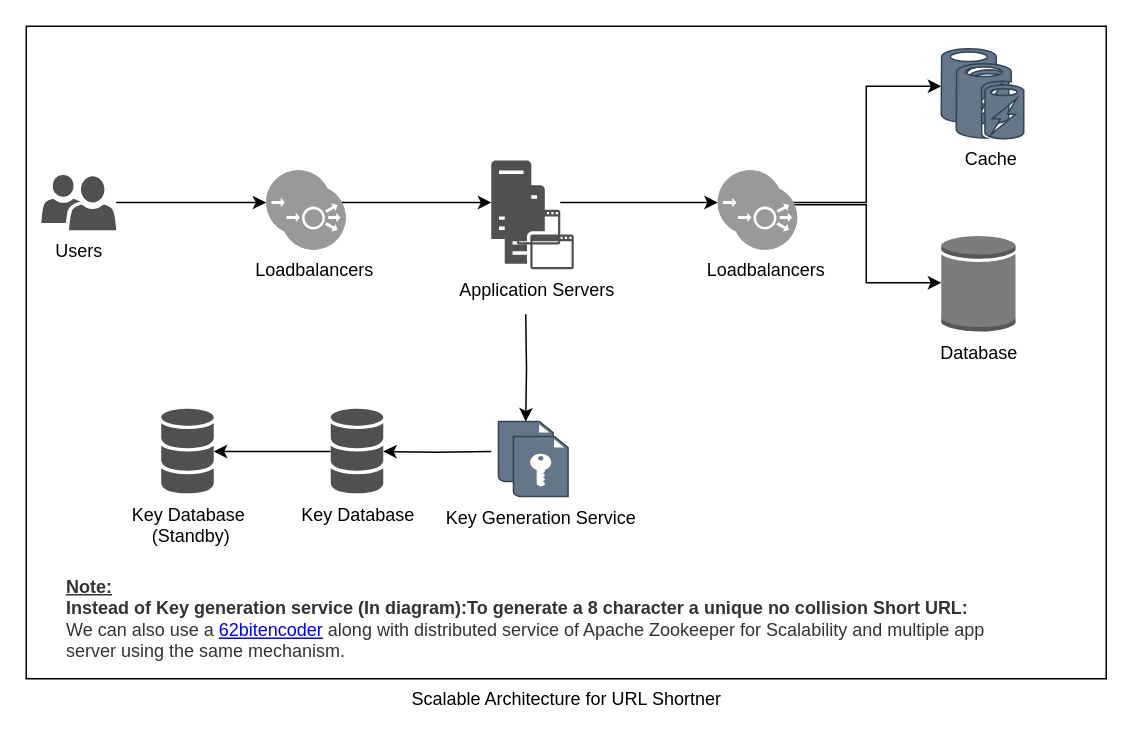
AmitVerma-Learn/URLShortner keeps this draw.io diagram as URLShortner.drawio. Above is the earlier version. Source tidied: cells renumbered, new cells numbered last; positions are measured from the earlier drawing's top-left corner, leaving out a move shared by most shapes. Both pictures are drawn from the tidied source at 150%, with x=0, y=0 at pixel (26, 26). Pictures stored in the file or linked from it are replaced by grey dashed boxes.
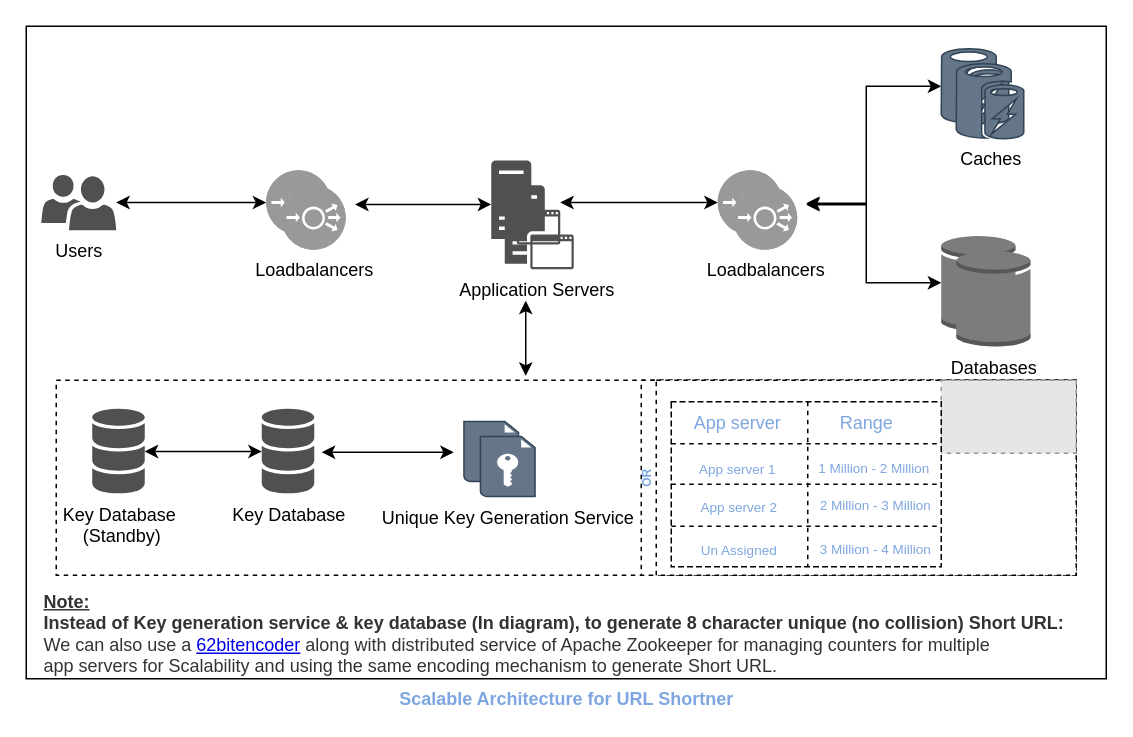
After the change.

Unchanged cells that the change refers to:
```xml
<mxCell id="5" value="Users" style="sketch=0;shadow=0;dashed=0;html=1;strokeColor=none;labelPosition=center;verticalLabelPosition=bottom;verticalAlign=top;align=center;fillColor=#505050;shape=mxgraph.mscae.intune.user_group;" parent="1" vertex="1">
  <mxGeometry x="10" y="99" width="50" height="37" as="geometry" />
</mxCell>
<mxCell id="7" style="fillColor=#999999;verticalLabelPosition=bottom;sketch=0;html=1;strokeColor=#ffffff;verticalAlign=top;align=center;points=[[0.145,0.145,0],[0.5,0,0],[0.855,0.145,0],[1,0.5,0],[0.855,0.855,0],[0.5,1,0],[0.145,0.855,0],[0,0.5,0]];shape=mxgraph.cisco_safe.compositeIcon;bgIcon=ellipse;resIcon=mxgraph.cisco_safe.capability.load_balancer;" parent="1" vertex="1">
  <mxGeometry x="160" y="96" width="43" height="43" as="geometry" />
</mxCell>
<mxCell id="8" value="Loadbalancers" style="fillColor=#999999;verticalLabelPosition=bottom;sketch=0;html=1;strokeColor=#ffffff;verticalAlign=top;align=center;points=[[0.145,0.145,0],[0.5,0,0],[0.855,0.145,0],[1,0.5,0],[0.855,0.855,0],[0.5,1,0],[0.145,0.855,0],[0,0.5,0]];shape=mxgraph.cisco_safe.compositeIcon;bgIcon=ellipse;resIcon=mxgraph.cisco_safe.capability.load_balancer;" parent="1" vertex="1">
  <mxGeometry x="170" y="106" width="43" height="43" as="geometry" />
</mxCell>
<mxCell id="11" style="sketch=0;shadow=0;dashed=0;html=1;strokeColor=none;fillColor=#505050;labelPosition=center;verticalLabelPosition=bottom;verticalAlign=top;outlineConnect=0;align=center;shape=mxgraph.office.servers.application_server;" parent="1" vertex="1">
  <mxGeometry x="310" y="89.5" width="46" height="56" as="geometry" />
</mxCell>
<mxCell id="19" style="fillColor=#999999;verticalLabelPosition=bottom;sketch=0;html=1;strokeColor=#ffffff;verticalAlign=top;align=center;points=[[0.145,0.145,0],[0.5,0,0],[0.855,0.145,0],[1,0.5,0],[0.855,0.855,0],[0.5,1,0],[0.145,0.855,0],[0,0.5,0]];shape=mxgraph.cisco_safe.compositeIcon;bgIcon=ellipse;resIcon=mxgraph.cisco_safe.capability.load_balancer;" parent="1" vertex="1">
  <mxGeometry x="461" y="96" width="43" height="43" as="geometry" />
</mxCell>
<mxCell id="22" style="verticalLabelPosition=bottom;html=1;verticalAlign=top;align=center;strokeColor=#314354;fillColor=#647687;shape=mxgraph.azure.azure_cache;fontColor=#ffffff;" parent="1" vertex="1">
  <mxGeometry x="610" y="15" width="45" height="50" as="geometry" />
</mxCell>
```

What changed in the source:
```diff
@@
-    <mxCell id="2" value="Scalable Architecture for URL Shortner" style="verticalLabelPosition=bottom;verticalAlign=top;html=1;shape=mxgraph.basic.rect;fillColor2=none;strokeWidth=1;size=20;indent=5;fillColor=#FFFFFF;" parent="1" vertex="1">
+    <mxCell id="2" value="&lt;b&gt;&lt;font color=&quot;#7ea6e0&quot;&gt;Scalable Architecture for URL Shortner&lt;/font&gt;&lt;/b&gt;" style="verticalLabelPosition=bottom;verticalAlign=top;html=1;shape=mxgraph.basic.rect;fillColor2=none;strokeWidth=1;size=20;indent=5;fillColor=#FFFFFF;" parent="1" vertex="1">
       <mxGeometry width="720" height="435" as="geometry" />
     </mxCell>
+    <mxCell id="26" style="rounded=0;whiteSpace=wrap;html=1;fontColor=#7EA6E0;dashed=1;" parent="1" vertex="1">
+      <mxGeometry x="20" y="236" width="680" height="130" as="geometry" />
+    </mxCell>
+    <mxCell id="27" style="rounded=0;whiteSpace=wrap;html=1;fontColor=#7EA6E0;dashed=1;shadow=0;" parent="1" vertex="1">
+      <mxGeometry x="410" y="236" width="290" height="130" as="geometry" />
+    </mxCell>
+    <mxCell id="28" style="rounded=0;whiteSpace=wrap;html=1;fontColor=#7EA6E0;dashed=1;shadow=0;" parent="1" vertex="1">
+      <mxGeometry x="420" y="236" width="280" height="130" as="geometry" />
+    </mxCell>
-    <mxCell id="3" style="edgeStyle=orthogonalEdgeStyle;rounded=0;jettySize=auto;html=1;fontColor=#000000;" parent="1" edge="1" target="15">
+    <mxCell id="3" style="edgeStyle=orthogonalEdgeStyle;rounded=0;orthogonalLoop=1;jettySize=auto;html=1;fontColor=#000000;startArrow=classic;startFill=1;" parent="1" edge="1">
       <mxGeometry relative="1" as="geometry">
-        <mxPoint x="310" y="283.5" as="sourcePoint" />
+        <mxPoint x="285" y="284" as="sourcePoint" />
+        <mxPoint x="197" y="284" as="targetPoint" />
+        <Array as="points">
+          <mxPoint x="245" y="284" />
+          <mxPoint x="245" y="284" />
+        </Array>
       </mxGeometry>
     </mxCell>
-    <mxCell id="4" style="edgeStyle=orthogonalEdgeStyle;rounded=0;jettySize=auto;html=1;entryX=0;entryY=0.5;entryDx=0;entryDy=0;entryPerimeter=0;" parent="1" edge="1" source="5" target="7">
+    <mxCell id="4" style="edgeStyle=orthogonalEdgeStyle;rounded=0;jettySize=auto;html=1;entryX=0;entryY=0.5;entryDx=0;entryDy=0;entryPerimeter=0;endArrow=classic;endFill=1;startArrow=classic;startFill=1;" parent="1" edge="1" source="5" target="7">
       <mxGeometry relative="1" as="geometry" />
     </mxCell>
@@
-    <mxCell id="6" style="edgeStyle=orthogonalEdgeStyle;rounded=0;jettySize=auto;html=1;" parent="1" edge="1" source="7" target="11">
-      <mxGeometry relative="1" as="geometry" />
+    <mxCell id="6" style="edgeStyle=orthogonalEdgeStyle;rounded=0;jettySize=auto;html=1;exitX=1.145;exitY=0.298;exitDx=0;exitDy=0;exitPerimeter=0;startArrow=classic;startFill=1;" parent="1" edge="1" source="8" target="11">
+      <mxGeometry relative="1" as="geometry">
+        <Array as="points">
+          <mxPoint x="250" y="118" />
+          <mxPoint x="250" y="118" />
+        </Array>
+      </mxGeometry>
     </mxCell>
@@
-    <mxCell id="9" style="edgeStyle=orthogonalEdgeStyle;rounded=0;jettySize=auto;html=1;fontColor=#000000;" parent="1" edge="1" target="13">
+    <mxCell id="9" style="edgeStyle=orthogonalEdgeStyle;rounded=0;orthogonalLoop=1;jettySize=auto;html=1;fontColor=#000000;startArrow=classic;startFill=1;" parent="1" edge="1">
       <mxGeometry relative="1" as="geometry">
-        <mxPoint x="333" y="192" as="sourcePoint" />
+        <mxPoint x="333" y="183" as="sourcePoint" />
+        <mxPoint x="333" y="233" as="targetPoint" />
+        <Array as="points">
+          <mxPoint x="333" y="183" />
+          <mxPoint x="333" y="183" />
+        </Array>
       </mxGeometry>
     </mxCell>
-    <mxCell id="10" style="edgeStyle=orthogonalEdgeStyle;rounded=0;jettySize=auto;html=1;fontColor=#000000;entryX=0;entryY=0.5;entryDx=0;entryDy=0;entryPerimeter=0;" parent="1" edge="1" source="11" target="19">
+    <mxCell id="10" style="edgeStyle=orthogonalEdgeStyle;rounded=0;jettySize=auto;html=1;fontColor=#000000;entryX=0;entryY=0.5;entryDx=0;entryDy=0;entryPerimeter=0;startArrow=classic;startFill=1;" parent="1" edge="1" source="11" target="19">
       <mxGeometry relative="1" as="geometry" />
     </mxCell>
@@
     <mxCell id="13" style="shadow=0;dashed=0;html=1;strokeColor=#314354;fillColor=#647687;labelPosition=center;verticalLabelPosition=bottom;verticalAlign=top;align=center;outlineConnect=0;shape=mxgraph.veeam.encryption_key;fontColor=#ffffff;" parent="1" vertex="1">
-      <mxGeometry x="314.8" y="263.5" width="36.4" height="40" as="geometry" />
+      <mxGeometry x="291.8" y="263.5" width="36.4" height="40" as="geometry" />
     </mxCell>
-    <mxCell id="14" style="edgeStyle=orthogonalEdgeStyle;rounded=0;jettySize=auto;html=1;fontColor=#000000;" parent="1" edge="1" source="15" target="16">
+    <mxCell id="14" style="edgeStyle=orthogonalEdgeStyle;rounded=0;jettySize=auto;html=1;fontColor=#000000;startArrow=classic;startFill=1;" parent="1" edge="1" source="15" target="16">
       <mxGeometry relative="1" as="geometry" />
     </mxCell>
     <mxCell id="15" value="Key Database" style="sketch=0;shadow=0;dashed=0;html=1;strokeColor=none;fillColor=#505050;labelPosition=center;verticalLabelPosition=bottom;verticalAlign=top;outlineConnect=0;align=center;shape=mxgraph.office.databases.database_mini_3;fontColor=#000000;" parent="1" vertex="1">
-      <mxGeometry x="203" y="255" width="35" height="57" as="geometry" />
+      <mxGeometry x="157" y="255" width="35" height="57" as="geometry" />
     </mxCell>
     <mxCell id="16" value="Key Database&lt;br&gt;&amp;nbsp;(Standby)" style="sketch=0;shadow=0;dashed=0;html=1;strokeColor=none;fillColor=#505050;labelPosition=center;verticalLabelPosition=bottom;verticalAlign=top;outlineConnect=0;align=center;shape=mxgraph.office.databases.database_mini_3;fontColor=#000000;" parent="1" vertex="1">
-      <mxGeometry x="90" y="255" width="35" height="57" as="geometry" />
+      <mxGeometry x="44" y="255" width="35" height="57" as="geometry" />
     </mxCell>
-    <mxCell id="17" value="&lt;font color=&quot;#000000&quot;&gt;Key Generation Service&lt;/font&gt;" style="shadow=0;dashed=0;html=1;strokeColor=#314354;fillColor=#647687;labelPosition=center;verticalLabelPosition=bottom;verticalAlign=top;align=center;shape=mxgraph.veeam.encryption_key;fontColor=#ffffff;" parent="1" vertex="1">
-      <mxGeometry x="324.8" y="273.5" width="36.4" height="40" as="geometry" />
+    <mxCell id="17" value="&lt;font color=&quot;#000000&quot;&gt;Unique Key Generation Service&lt;/font&gt;" style="shadow=0;dashed=0;html=1;strokeColor=#314354;fillColor=#647687;labelPosition=center;verticalLabelPosition=bottom;verticalAlign=top;align=center;shape=mxgraph.veeam.encryption_key;fontColor=#ffffff;" parent="1" vertex="1">
+      <mxGeometry x="302.8" y="273.5" width="36.4" height="40" as="geometry" />
     </mxCell>
-    <mxCell id="18" style="edgeStyle=orthogonalEdgeStyle;rounded=0;jettySize=auto;html=1;fontColor=#000000;entryX=0;entryY=0.5;entryDx=0;entryDy=0;entryPerimeter=0;" parent="1" edge="1" source="19" target="22">
+    <mxCell id="18" style="edgeStyle=orthogonalEdgeStyle;rounded=0;jettySize=auto;html=1;fontColor=#000000;entryX=0;entryY=0.5;entryDx=0;entryDy=0;entryPerimeter=0;startArrow=classic;startFill=1;" parent="1" edge="1" target="22">
       <mxGeometry relative="1" as="geometry">
+        <mxPoint x="520" y="118" as="sourcePoint" />
         <Array as="points">
+          <mxPoint x="530" y="118" />
           <mxPoint x="560" y="118" />
           <mxPoint x="560" y="40" />
         </Array>
       </mxGeometry>
     </mxCell>
@@
-    <mxCell id="20" style="edgeStyle=orthogonalEdgeStyle;rounded=0;jettySize=auto;html=1;fontColor=#000000;exitX=1;exitY=0.5;exitDx=0;exitDy=0;exitPerimeter=0;" parent="1" edge="1" source="19" target="24">
+    <mxCell id="20" style="edgeStyle=orthogonalEdgeStyle;rounded=0;jettySize=auto;html=1;fontColor=#000000;startArrow=classic;startFill=1;" parent="1" edge="1" target="24">
       <mxGeometry relative="1" as="geometry">
+        <mxPoint x="520" y="119" as="sourcePoint" />
         <Array as="points">
-          <mxPoint x="504" y="119" />
           <mxPoint x="560" y="119" />
           <mxPoint x="560" y="171" />
         </Array>
       </mxGeometry>
     </mxCell>
@@
-    <mxCell id="23" value="&lt;font color=&quot;#000000&quot;&gt;Cache&lt;/font&gt;" style="verticalLabelPosition=bottom;html=1;verticalAlign=top;align=center;strokeColor=#314354;fillColor=#647687;shape=mxgraph.azure.azure_cache;fontColor=#ffffff;" parent="1" vertex="1">
+    <mxCell id="23" value="&lt;font color=&quot;#000000&quot;&gt;Caches&lt;/font&gt;" style="verticalLabelPosition=bottom;html=1;verticalAlign=top;align=center;strokeColor=#314354;fillColor=#647687;shape=mxgraph.azure.azure_cache;fontColor=#ffffff;" parent="1" vertex="1">
       <mxGeometry x="620" y="25" width="45" height="50" as="geometry" />
     </mxCell>
-    <mxCell id="24" value="Database" style="outlineConnect=0;dashed=0;verticalLabelPosition=bottom;verticalAlign=top;align=center;html=1;shape=mxgraph.aws3.generic_database;fillColor=#7D7C7C;gradientColor=none;fontColor=#000000;" parent="1" vertex="1">
+    <mxCell id="24" style="outlineConnect=0;dashed=0;verticalLabelPosition=bottom;verticalAlign=top;align=center;html=1;shape=mxgraph.aws3.generic_database;fillColor=#7D7C7C;gradientColor=none;fontColor=#000000;" parent="1" vertex="1">
       <mxGeometry x="610" y="139" width="49.5" height="64.5" as="geometry" />
     </mxCell>
-    <mxCell id="25" value="&lt;u&gt;Note:&lt;br&gt;&lt;/u&gt;Instead of Key generation service (In diagram):To generate a 8 character a unique no collision Short URL:&lt;br&gt;&lt;span style=&quot;font-weight: normal&quot;&gt;We can also use a &lt;a href=&quot;https://github.com/AmitVerma-Learn/URLShortner/blob/69f2c6c9e258f29d3935e3fcc4cc2e6ca5548eaa/Encoder62.py&quot;&gt;62bitencoder&lt;/a&gt; along with distributed service of Apache Zookeeper f&lt;/span&gt;&lt;span style=&quot;font-weight: normal&quot;&gt;or Scalability and multiple app &lt;br&gt;server using the same mechanism.&amp;nbsp;&lt;br&gt;&lt;/span&gt;" style="text;html=1;align=left;verticalAlign=middle;fillColor=none;strokeColor=none;rounded=0;fontColor=#333333;fontStyle=1;" parent="1" vertex="1">
-      <mxGeometry x="25" y="365" width="630" height="60" as="geometry" />
+    <mxCell id="25" value="&lt;u&gt;Note:&lt;br&gt;&lt;/u&gt;Instead of Key generation service &amp;amp; key database (In diagram), to generate 8 character unique (no collision) Short URL:&lt;br&gt;&lt;span style=&quot;font-weight: normal&quot;&gt;We can also use a &lt;a href=&quot;https://github.com/AmitVerma-Learn/URLShortner/blob/69f2c6c9e258f29d3935e3fcc4cc2e6ca5548eaa/Encoder62.py&quot;&gt;62bitencoder&lt;/a&gt; along with distributed service of Apache Zookeeper for managing counters for multiple &lt;br&gt;app servers f&lt;/span&gt;&lt;span style=&quot;font-weight: normal&quot;&gt;or Scalability and using the same encoding mechanism to generate Short URL.&amp;nbsp;&lt;br&gt;&lt;/span&gt;" style="text;html=1;align=left;verticalAlign=middle;fillColor=none;strokeColor=none;rounded=0;fontColor=#333333;fontStyle=1;" parent="1" vertex="1">
+      <mxGeometry x="10" y="375" width="700" height="60" as="geometry" />
     </mxCell>
+    <mxCell id="29" style="fillColor=#E6E6E6;strokeColor=#999999;dashed=1;verticalLabelPosition=bottom;verticalAlign=top;fontColor=#7EA6E0;" parent="1" vertex="1">
+      <mxGeometry x="610" y="236" width="90" height="48.7" as="geometry" />
+    </mxCell>
+    <mxCell id="30" style="shape=table;startSize=0;childLayout=tableLayout;shadow=0;dashed=1;fontColor=#7EA6E0;" parent="1" vertex="1">
+      <mxGeometry x="430" y="250.4" width="180" height="110" as="geometry" />
+    </mxCell>
+    <mxCell id="31" style="shape=partialRectangle;fillColor=none;top=0;left=0;bottom=0;right=0;shadow=1;dashed=1;fontColor=#7EA6E0;" parent="30" vertex="1">
+      <mxGeometry width="180" height="28" as="geometry" />
+    </mxCell>
+    <mxCell id="32" style="shape=partialRectangle;html=1;whiteSpace=wrap;overflow=hidden;fillColor=none;top=0;left=0;bottom=0;right=0;shadow=1;dashed=1;fontColor=#7EA6E0;" parent="31" vertex="1">
+      <mxGeometry width="91" height="28" as="geometry" />
+    </mxCell>
+    <mxCell id="33" style="shape=partialRectangle;html=1;whiteSpace=wrap;overflow=hidden;fillColor=none;top=0;left=0;bottom=0;right=0;shadow=1;dashed=1;fontColor=#7EA6E0;" parent="31" vertex="1">
+      <mxGeometry x="91" width="89" height="28" as="geometry" />
+    </mxCell>
+    <mxCell id="34" style="shape=partialRectangle;fillColor=none;top=0;left=0;bottom=0;right=0;shadow=1;dashed=1;fontColor=#7EA6E0;" parent="30" vertex="1">
+      <mxGeometry y="28" width="180" height="27" as="geometry" />
+    </mxCell>
+    <mxCell id="35" style="shape=partialRectangle;html=1;whiteSpace=wrap;overflow=hidden;fillColor=none;top=0;left=0;bottom=0;right=0;shadow=1;dashed=1;fontColor=#7EA6E0;" parent="34" vertex="1">
+      <mxGeometry width="91" height="27" as="geometry" />
+    </mxCell>
+    <mxCell id="36" style="shape=partialRectangle;html=1;whiteSpace=wrap;overflow=hidden;fillColor=none;top=0;left=0;bottom=0;right=0;shadow=1;dashed=1;fontColor=#7EA6E0;" parent="34" vertex="1">
+      <mxGeometry x="91" width="89" height="27" as="geometry" />
+    </mxCell>
+    <mxCell id="37" style="shape=partialRectangle;fillColor=none;top=0;left=0;bottom=0;right=0;shadow=1;dashed=1;fontColor=#7EA6E0;" parent="30" vertex="1">
+      <mxGeometry y="55" width="180" height="28" as="geometry" />
+    </mxCell>
+    <mxCell id="38" style="shape=partialRectangle;html=1;whiteSpace=wrap;overflow=hidden;fillColor=none;top=0;left=0;bottom=0;right=0;shadow=1;dashed=1;fontColor=#7EA6E0;" parent="37" vertex="1">
+      <mxGeometry width="91" height="28" as="geometry" />
+    </mxCell>
+    <mxCell id="39" style="shape=partialRectangle;html=1;whiteSpace=wrap;overflow=hidden;fillColor=none;top=0;left=0;bottom=0;right=0;shadow=1;dashed=1;fontColor=#7EA6E0;" parent="37" vertex="1">
+      <mxGeometry x="91" width="89" height="28" as="geometry" />
+    </mxCell>
+    <mxCell id="40" style="shape=partialRectangle;fillColor=none;top=0;left=0;bottom=0;right=0;shadow=1;dashed=1;fontColor=#7EA6E0;" parent="30" vertex="1">
+      <mxGeometry y="83" width="180" height="27" as="geometry" />
+    </mxCell>
+    <mxCell id="41" style="shape=partialRectangle;html=1;whiteSpace=wrap;overflow=hidden;fillColor=none;top=0;left=0;bottom=0;right=0;shadow=1;dashed=1;fontColor=#7EA6E0;" parent="40" vertex="1">
+      <mxGeometry width="91" height="27" as="geometry" />
+    </mxCell>
+    <mxCell id="42" style="shape=partialRectangle;html=1;whiteSpace=wrap;overflow=hidden;fillColor=none;top=0;left=0;bottom=0;right=0;shadow=1;dashed=1;fontColor=#7EA6E0;" parent="40" vertex="1">
+      <mxGeometry x="91" width="89" height="27" as="geometry" />
+    </mxCell>
+    <mxCell id="43" value="App server" style="text;html=1;align=center;verticalAlign=middle;fillColor=none;strokeColor=none;rounded=0;shadow=1;dashed=1;fontColor=#7EA6E0;" parent="1" vertex="1">
+      <mxGeometry x="439" y="255" width="70" height="20" as="geometry" />
+    </mxCell>
+    <mxCell id="44" value="&lt;font style=&quot;font-size: 9px&quot;&gt;App server 1&lt;/font&gt;" style="text;html=1;align=center;verticalAlign=middle;fillColor=none;strokeColor=none;rounded=0;shadow=1;dashed=1;fontColor=#7EA6E0;" parent="1" vertex="1">
+      <mxGeometry x="439" y="284.7" width="70" height="20" as="geometry" />
+    </mxCell>
+    <mxCell id="45" value="Range" style="text;html=1;align=center;verticalAlign=middle;fillColor=none;strokeColor=none;rounded=0;shadow=1;dashed=1;fontColor=#7EA6E0;" parent="1" vertex="1">
+      <mxGeometry x="535" y="255" width="50" height="20" as="geometry" />
+    </mxCell>
+    <mxCell id="46" value="&lt;font style=&quot;font-size: 9px&quot;&gt;1 Million - 2 Million&lt;/font&gt;" style="text;html=1;align=center;verticalAlign=middle;fillColor=none;strokeColor=none;rounded=0;shadow=1;dashed=1;fontColor=#7EA6E0;" parent="1" vertex="1">
+      <mxGeometry x="520" y="283.5" width="90" height="20" as="geometry" />
+    </mxCell>
+    <mxCell id="47" value="&lt;font style=&quot;font-size: 9px&quot;&gt;App server 2&lt;/font&gt;" style="text;html=1;align=center;verticalAlign=middle;fillColor=none;strokeColor=none;rounded=0;shadow=1;dashed=1;fontColor=#7EA6E0;" parent="1" vertex="1">
+      <mxGeometry x="440" y="309.7" width="70" height="20" as="geometry" />
+    </mxCell>
+    <mxCell id="48" value="&lt;font style=&quot;font-size: 9px&quot;&gt;2 Million - 3 Million&lt;/font&gt;" style="text;html=1;align=center;verticalAlign=middle;fillColor=none;strokeColor=none;rounded=0;shadow=1;dashed=1;fontColor=#7EA6E0;" parent="1" vertex="1">
+      <mxGeometry x="521" y="308.5" width="90" height="20" as="geometry" />
+    </mxCell>
+    <mxCell id="49" value="&lt;font style=&quot;font-size: 9px&quot;&gt;Un Assigned&lt;/font&gt;" style="text;html=1;align=center;verticalAlign=middle;fillColor=none;strokeColor=none;rounded=0;shadow=1;dashed=1;fontColor=#7EA6E0;" parent="1" vertex="1">
+      <mxGeometry x="440" y="338.7" width="70" height="20" as="geometry" />
+    </mxCell>
+    <mxCell id="50" value="&lt;font style=&quot;font-size: 9px&quot;&gt;3 Million - 4 Million&lt;/font&gt;" style="text;html=1;align=center;verticalAlign=middle;fillColor=none;strokeColor=none;rounded=0;shadow=1;dashed=1;fontColor=#7EA6E0;" parent="1" vertex="1">
+      <mxGeometry x="521" y="337.5" width="90" height="20" as="geometry" />
+    </mxCell>
+    <mxCell id="51" value="&lt;font style=&quot;font-size: 8px&quot;&gt;&lt;b&gt;OR&lt;/b&gt;&lt;/font&gt;" style="text;html=1;align=center;verticalAlign=middle;fillColor=none;strokeColor=none;rounded=0;shadow=1;dashed=1;fontColor=#7EA6E0;rotation=-90;" parent="1" vertex="1">
+      <mxGeometry x="398" y="292" width="30" height="20" as="geometry" />
+    </mxCell>
+    <mxCell id="52" value="Databases" style="dashed=0;verticalLabelPosition=bottom;verticalAlign=top;align=center;html=1;shape=mxgraph.aws3.generic_database;fillColor=#7D7C7C;gradientColor=none;fontColor=#000000;" parent="1" vertex="1">
+      <mxGeometry x="620" y="149" width="49.5" height="64.5" as="geometry" />
+    </mxCell>
```
